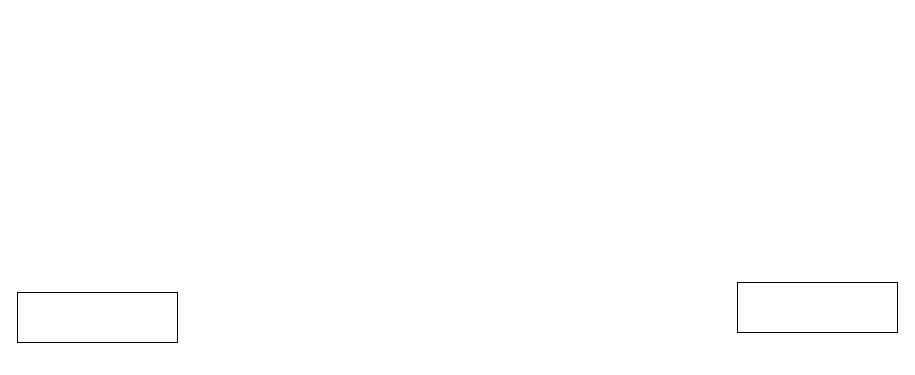
vivek-patel007/hi5-sharing-social-media-website keeps this draw.io diagram as Untitled Diagram.drawio. Above is the earlier version. Source tidied: cells renumbered, new cells numbered last; positions are measured from the earlier drawing's top-left corner, leaving out a move shared by most shapes. Both pictures are drawn from the tidied source at 100%, with x=0, y=0 at pixel (17, 282).
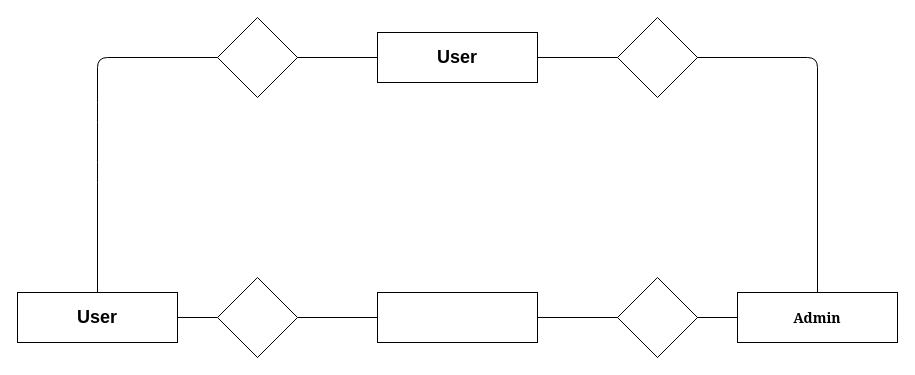
After the change.

What changed in the source:
```diff
@@
 <mxGraphModel>
   <root>
     <mxCell id="0" />
     <mxCell id="1" parent="0" />
-    <mxCell id="2" style="rounded=0;whiteSpace=wrap;html=1;" parent="1" vertex="1">
+    <mxCell id="2" value="&lt;h2&gt;&lt;font style=&quot;font-size: 18px&quot;&gt;User&lt;/font&gt;&lt;/h2&gt;" style="rounded=0;whiteSpace=wrap;html=1;" parent="1" vertex="1">
       <mxGeometry y="10" width="160" height="50" as="geometry" />
     </mxCell>
-    <mxCell id="3" style="rounded=0;whiteSpace=wrap;html=1;" parent="1" vertex="1">
-      <mxGeometry x="720" width="160" height="50" as="geometry" />
+    <mxCell id="3" value="&lt;h2&gt;&lt;font style=&quot;font-size: 14px&quot; face=&quot;Georgia&quot;&gt;Admin&lt;/font&gt;&lt;/h2&gt;" style="rounded=0;whiteSpace=wrap;html=1;" parent="1" vertex="1">
+      <mxGeometry x="720" y="10" width="160" height="50" as="geometry" />
     </mxCell>
+    <mxCell id="4" style="endArrow=none;html=1;exitX=1;exitY=0.5;exitDx=0;exitDy=0;entryX=0;entryY=0.5;entryDx=0;entryDy=0;" parent="1" edge="1" source="5" target="3">
+      <mxGeometry relative="1" as="geometry" />
+    </mxCell>
+    <mxCell id="5" style="rhombus;whiteSpace=wrap;html=1;" parent="1" vertex="1">
+      <mxGeometry x="200" y="-5" width="80" height="80" as="geometry" />
+    </mxCell>
+    <mxCell id="6" style="endArrow=none;html=1;exitX=1;exitY=0.5;exitDx=0;exitDy=0;entryX=0;entryY=0.5;entryDx=0;entryDy=0;" parent="1" edge="1" source="2" target="5">
+      <mxGeometry relative="1" as="geometry" />
+    </mxCell>
+    <mxCell id="7" style="rhombus;whiteSpace=wrap;html=1;" parent="1" vertex="1">
+      <mxGeometry x="600" y="-5" width="80" height="80" as="geometry" />
+    </mxCell>
+    <mxCell id="8" style="rounded=0;whiteSpace=wrap;html=1;" parent="1" vertex="1">
+      <mxGeometry x="360" y="10" width="160" height="50" as="geometry" />
+    </mxCell>
+    <mxCell id="9" value="&lt;h2&gt;&lt;font style=&quot;font-size: 18px&quot;&gt;User&lt;/font&gt;&lt;/h2&gt;" style="rounded=0;whiteSpace=wrap;html=1;" parent="1" vertex="1">
+      <mxGeometry x="360" y="-250" width="160" height="50" as="geometry" />
+    </mxCell>
+    <mxCell id="10" style="endArrow=none;html=1;entryX=0.5;entryY=0;entryDx=0;entryDy=0;exitX=0;exitY=0.5;exitDx=0;exitDy=0;" parent="1" edge="1" source="9" target="2">
+      <mxGeometry relative="1" as="geometry">
+        <Array as="points">
+          <mxPoint x="80" y="-225" />
+          <mxPoint x="80" y="-170" />
+          <mxPoint x="80" y="-110" />
+        </Array>
+      </mxGeometry>
+    </mxCell>
+    <mxCell id="11" style="endArrow=none;html=1;exitX=1;exitY=0.5;exitDx=0;exitDy=0;entryX=0.5;entryY=0;entryDx=0;entryDy=0;" parent="1" edge="1" source="9" target="3">
+      <mxGeometry relative="1" as="geometry">
+        <Array as="points">
+          <mxPoint x="800" y="-225" />
+        </Array>
+      </mxGeometry>
+    </mxCell>
+    <mxCell id="12" style="rhombus;whiteSpace=wrap;html=1;" parent="1" vertex="1">
+      <mxGeometry x="200" y="-265" width="80" height="80" as="geometry" />
+    </mxCell>
+    <mxCell id="13" style="rhombus;whiteSpace=wrap;html=1;" parent="1" vertex="1">
+      <mxGeometry x="600" y="-265" width="80" height="80" as="geometry" />
+    </mxCell>
   </root>
 </mxGraphModel>
```
